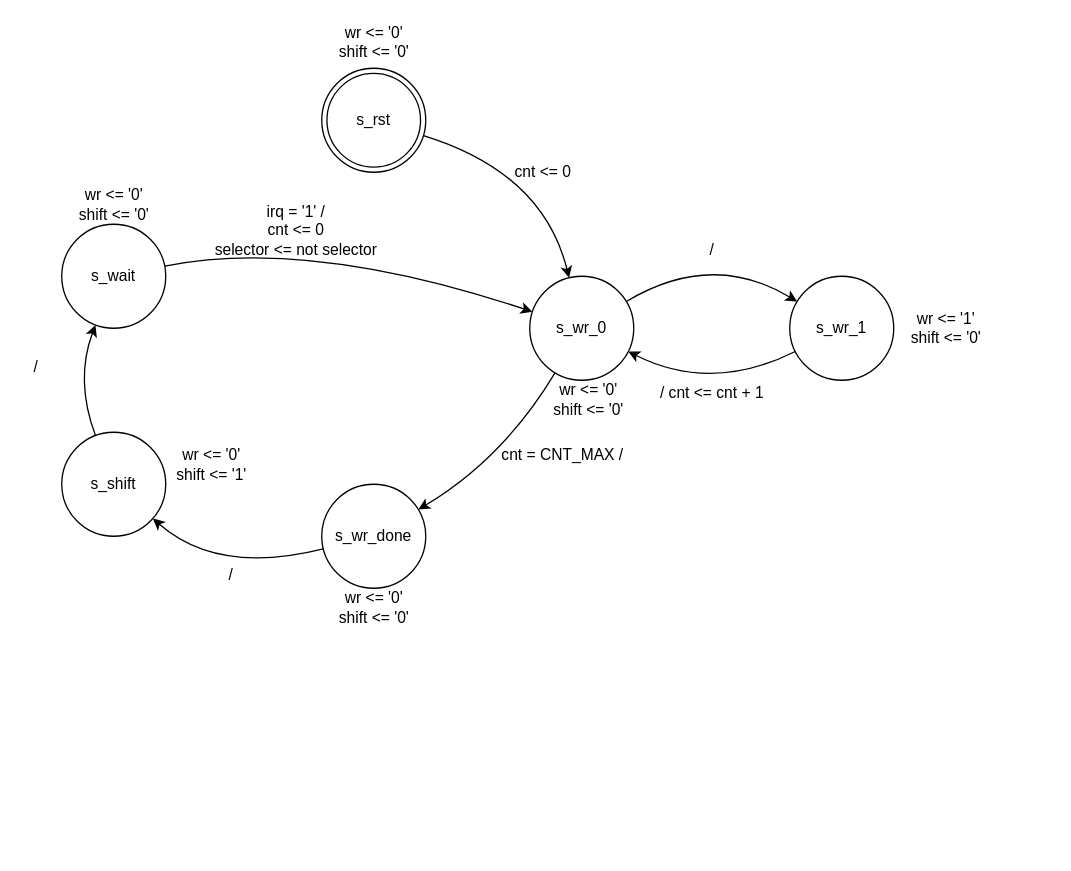
Before: .figures/pingpong_simulator_FSM.drawio in frnyb/PL-Mag-Sensor, a draw.io diagram. Source tidied: cells renumbered, new cells numbered last; positions are measured from the earlier drawing's top-left corner, leaving out a move shared by most shapes. Both pictures are drawn from the tidied source at 130%, with x=0, y=0 at pixel (22, 22).
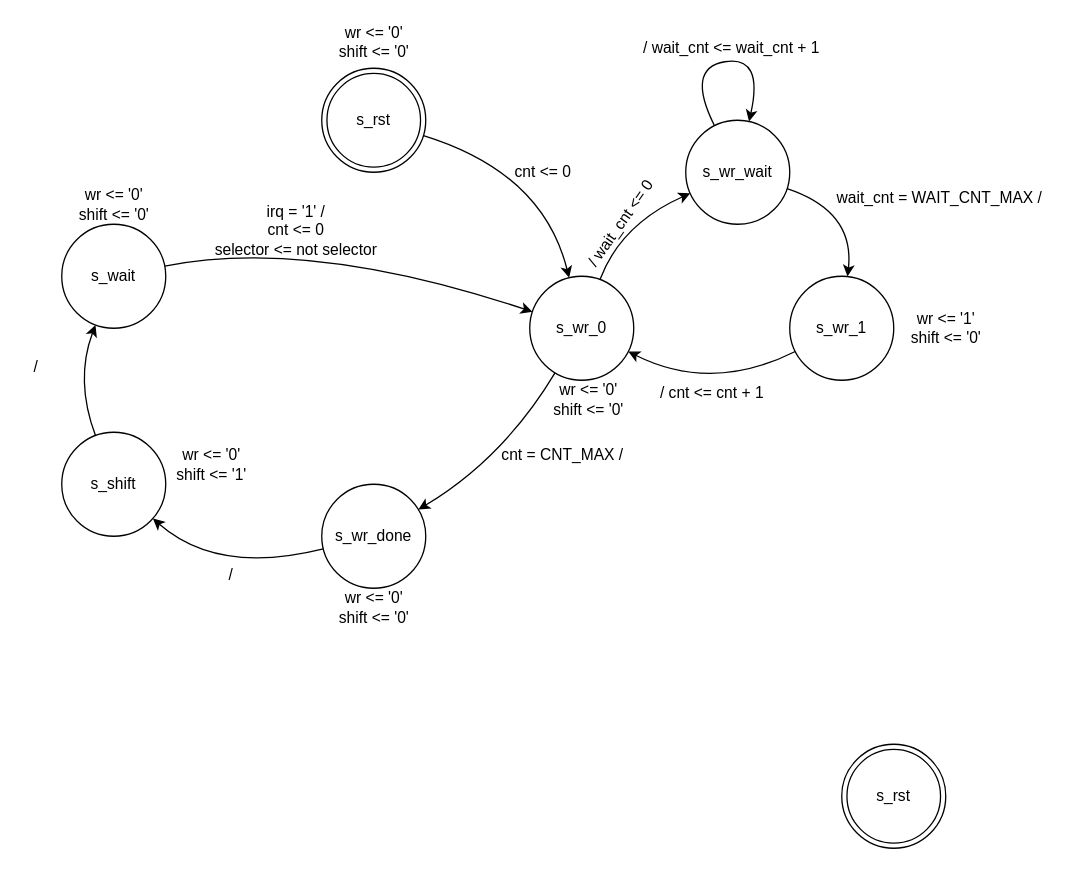
After the change.

Unchanged cells that the change refers to:
```xml
<mxCell id="3" value="s_wr_0" style="ellipse;whiteSpace=wrap;html=1;" parent="1" vertex="1">
  <mxGeometry x="390" y="195" width="80" height="80" as="geometry" />
</mxCell>
<mxCell id="6" value="s_wr_1" style="ellipse;whiteSpace=wrap;html=1;" parent="1" vertex="1">
  <mxGeometry x="590" y="195" width="80" height="80" as="geometry" />
</mxCell>
```

The edit, as a diff of the source:
```diff
@@
-    <mxCell id="7" style="curved=1;endArrow=classic;html=1;rounded=0;" parent="1" edge="1" source="3" target="6">
+    <mxCell id="7" style="curved=1;endArrow=classic;html=1;rounded=0;" parent="1" edge="1" source="3" target="29">
       <mxGeometry relative="1" as="geometry">
         <Array as="points">
-          <mxPoint x="530" y="175" />
+          <mxPoint x="460" y="155" />
         </Array>
       </mxGeometry>
     </mxCell>
@@
-    <mxCell id="11" value="/" style="text;html=1;align=center;verticalAlign=middle;strokeColor=none;fillColor=none;" parent="1" vertex="1">
-      <mxGeometry x="520" y="165" width="20" height="20" as="geometry" />
+    <mxCell id="11" value="/ wait_cnt &amp;lt;= 0" style="text;html=1;align=center;verticalAlign=middle;strokeColor=none;fillColor=none;rotation=-55;" parent="1" vertex="1">
+      <mxGeometry x="415" y="145" width="90" height="20" as="geometry" />
     </mxCell>
@@
+    <mxCell id="28" value="s_rst" style="ellipse;shape=doubleEllipse;whiteSpace=wrap;html=1;" parent="1" vertex="1">
+      <mxGeometry x="630" y="555" width="80" height="80" as="geometry" />
+    </mxCell>
+    <mxCell id="29" value="s_wr_wait" style="ellipse;whiteSpace=wrap;html=1;" parent="1" vertex="1">
+      <mxGeometry x="510" y="75" width="80" height="80" as="geometry" />
+    </mxCell>
+    <mxCell id="30" style="curved=1;endArrow=classic;html=1;rounded=0;" parent="1" edge="1" source="29" target="6">
+      <mxGeometry relative="1" as="geometry">
+        <Array as="points">
+          <mxPoint x="640" y="145" />
+        </Array>
+      </mxGeometry>
+    </mxCell>
+    <mxCell id="31" value="wait_cnt = WAIT_CNT_MAX /" style="text;html=1;align=center;verticalAlign=middle;strokeColor=none;fillColor=none;" parent="1" vertex="1">
+      <mxGeometry x="620" y="125" width="170" height="20" as="geometry" />
+    </mxCell>
+    <mxCell id="32" style="curved=1;endArrow=classic;html=1;rounded=0;" parent="1" edge="1" source="29" target="29">
+      <mxGeometry relative="1" as="geometry">
+        <Array as="points">
+          <mxPoint x="510" y="35" />
+          <mxPoint x="570" y="25" />
+        </Array>
+      </mxGeometry>
+    </mxCell>
+    <mxCell id="33" value="/ wait_cnt &amp;lt;= wait_cnt + 1" style="text;html=1;align=center;verticalAlign=middle;strokeColor=none;fillColor=none;" parent="1" vertex="1">
+      <mxGeometry x="470" y="10" width="150" height="20" as="geometry" />
+    </mxCell>
```
